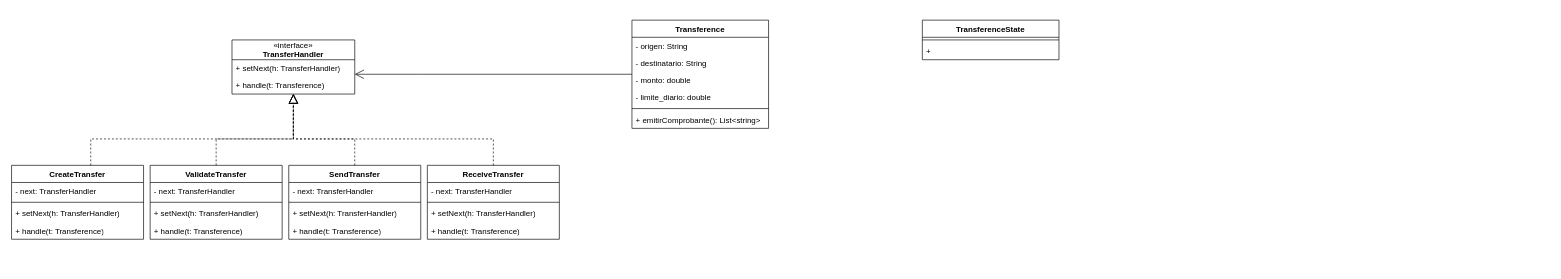
The draw.io diagram Practico Parcial 1/Ejercicio 5 Practico.drawio in JorgeMartinezSanchez/Diseno_de_software, before the edit. Source tidied: cells renumbered, new cells numbered last; positions are measured from the earlier drawing's top-left corner, leaving out a move shared by most shapes. Both pictures are drawn from the tidied source at 66%, with x=0, y=0 at pixel (11, 20).
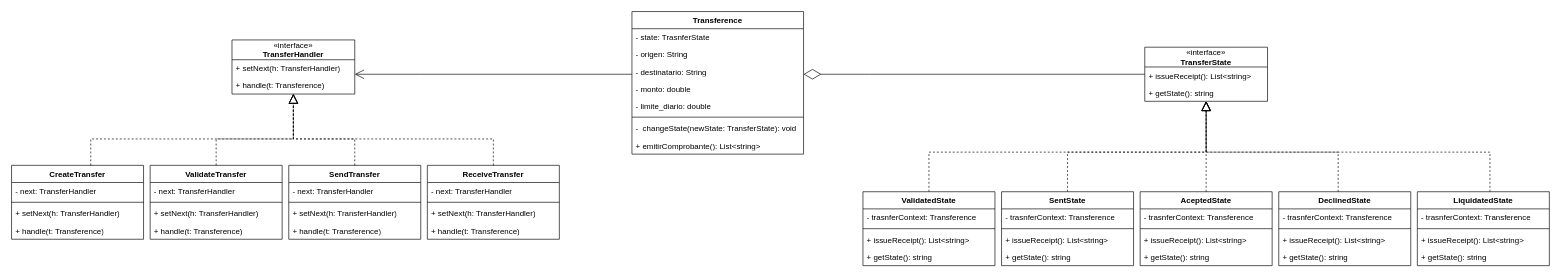
Above is the later version.

What changed in the source:
```diff
@@
     <mxCell id="11" value="Transference" style="swimlane;fontStyle=1;align=center;verticalAlign=top;horizontal=1;startSize=26;whiteSpace=wrap;html=1;" parent="1" vertex="1">
-      <mxGeometry x="940" width="207" height="164" as="geometry" />
+      <mxGeometry x="940" y="-13" width="260" height="216" as="geometry" />
     </mxCell>
+    <mxCell id="40" value="- state: TrasnferState" style="text;strokeColor=none;fillColor=none;align=left;verticalAlign=top;spacingLeft=4;spacingRight=4;overflow=hidden;whiteSpace=wrap;html=1;" parent="11" vertex="1">
+      <mxGeometry y="26" width="260" height="26" as="geometry" />
+    </mxCell>
     <mxCell id="12" value="- origen: String" style="text;strokeColor=none;fillColor=none;align=left;verticalAlign=top;spacingLeft=4;spacingRight=4;overflow=hidden;whiteSpace=wrap;html=1;" parent="11" vertex="1">
-      <mxGeometry y="26" width="207" height="26" as="geometry" />
+      <mxGeometry y="52" width="260" height="26" as="geometry" />
     </mxCell>
     <mxCell id="13" value="- destinatario: String" style="text;strokeColor=none;fillColor=none;align=left;verticalAlign=top;spacingLeft=4;spacingRight=4;overflow=hidden;whiteSpace=wrap;html=1;" parent="11" vertex="1">
-      <mxGeometry y="52" width="207" height="26" as="geometry" />
+      <mxGeometry y="78" width="260" height="26" as="geometry" />
     </mxCell>
     <mxCell id="14" value="- monto: double" style="text;strokeColor=none;fillColor=none;align=left;verticalAlign=top;spacingLeft=4;spacingRight=4;overflow=hidden;whiteSpace=wrap;html=1;" parent="11" vertex="1">
-      <mxGeometry y="78" width="207" height="26" as="geometry" />
+      <mxGeometry y="104" width="260" height="26" as="geometry" />
     </mxCell>
     <mxCell id="15" value="- limite_diario: double" style="text;strokeColor=none;fillColor=none;align=left;verticalAlign=top;spacingLeft=4;spacingRight=4;overflow=hidden;whiteSpace=wrap;html=1;" parent="11" vertex="1">
-      <mxGeometry y="104" width="207" height="26" as="geometry" />
+      <mxGeometry y="130" width="260" height="26" as="geometry" />
     </mxCell>
     <mxCell id="16" style="line;strokeWidth=1;fillColor=none;align=left;verticalAlign=middle;spacingTop=-1;spacingLeft=3;spacingRight=3;labelPosition=right;strokeColor=inherit;" parent="11" vertex="1">
-      <mxGeometry y="130" width="207" height="8" as="geometry" />
+      <mxGeometry y="156" width="260" height="8" as="geometry" />
     </mxCell>
-    <mxCell id="17" value="+ emitirComprobante(): List&amp;lt;string&amp;gt;" style="text;strokeColor=none;fillColor=none;align=left;verticalAlign=top;spacingLeft=4;spacingRight=4;overflow=hidden;whiteSpace=wrap;html=1;" parent="11" vertex="1">
-      <mxGeometry y="138" width="207" height="26" as="geometry" />
+    <mxCell id="17" value="-&amp;nbsp; changeState(newState: TransferState): void" style="text;strokeColor=none;fillColor=none;align=left;verticalAlign=top;spacingLeft=4;spacingRight=4;overflow=hidden;whiteSpace=wrap;html=1;" parent="11" vertex="1">
+      <mxGeometry y="164" width="260" height="26" as="geometry" />
     </mxCell>
+    <mxCell id="41" value="+ emitirComprobante(): List&amp;lt;string&amp;gt;" style="text;strokeColor=none;fillColor=none;align=left;verticalAlign=top;spacingLeft=4;spacingRight=4;overflow=hidden;whiteSpace=wrap;html=1;" parent="11" vertex="1">
+      <mxGeometry y="190" width="260" height="26" as="geometry" />
+    </mxCell>
@@
-    <mxCell id="37" value="TransferenceState" style="swimlane;fontStyle=1;align=center;verticalAlign=top;horizontal=1;startSize=26;whiteSpace=wrap;html=1;" parent="1" vertex="1">
-      <mxGeometry x="1380" width="207" height="60" as="geometry" />
-    </mxCell>
-    <mxCell id="38" style="line;strokeWidth=1;fillColor=none;align=left;verticalAlign=middle;spacingTop=-1;spacingLeft=3;spacingRight=3;labelPosition=right;strokeColor=inherit;" parent="37" vertex="1">
-      <mxGeometry y="26" width="207" height="8" as="geometry" />
-    </mxCell>
-    <mxCell id="39" value="+&amp;nbsp;" style="text;strokeColor=none;fillColor=none;align=left;verticalAlign=top;spacingLeft=4;spacingRight=4;overflow=hidden;whiteSpace=wrap;html=1;" parent="37" vertex="1">
-      <mxGeometry y="34" width="207" height="26" as="geometry" />
-    </mxCell>
+    <mxCell id="42" value="«interface»&lt;br&gt;&lt;b&gt;TransferState&lt;/b&gt;" style="swimlane;fontStyle=0;horizontal=1;startSize=30;fillColor=none;whiteSpace=wrap;html=1;" parent="1" vertex="1">
+      <mxGeometry x="1717" y="41" width="186" height="82" as="geometry" />
+    </mxCell>
+    <mxCell id="43" value="+ issueReceipt(): List&amp;lt;string&amp;gt;" style="text;strokeColor=none;fillColor=none;align=left;verticalAlign=top;spacingLeft=4;spacingRight=4;overflow=hidden;whiteSpace=wrap;html=1;" parent="42" vertex="1">
+      <mxGeometry y="30" width="186" height="26" as="geometry" />
+    </mxCell>
+    <mxCell id="44" value="+ getState(): string" style="text;strokeColor=none;fillColor=none;align=left;verticalAlign=top;spacingLeft=4;spacingRight=4;overflow=hidden;whiteSpace=wrap;html=1;" parent="42" vertex="1">
+      <mxGeometry y="56" width="186" height="26" as="geometry" />
+    </mxCell>
+    <mxCell id="45" value="ValidatedState" style="swimlane;fontStyle=1;align=center;verticalAlign=top;horizontal=1;startSize=26;whiteSpace=wrap;html=1;" parent="1" vertex="1">
+      <mxGeometry x="1290" y="260" width="200" height="112" as="geometry" />
+    </mxCell>
+    <mxCell id="46" value="- trasnferContext: Transference" style="text;strokeColor=none;fillColor=none;align=left;verticalAlign=top;spacingLeft=4;spacingRight=4;overflow=hidden;whiteSpace=wrap;html=1;" parent="45" vertex="1">
+      <mxGeometry y="26" width="200" height="26" as="geometry" />
+    </mxCell>
+    <mxCell id="47" style="line;strokeWidth=1;fillColor=none;align=left;verticalAlign=middle;spacingTop=-1;spacingLeft=3;spacingRight=3;labelPosition=right;strokeColor=inherit;" parent="45" vertex="1">
+      <mxGeometry y="52" width="200" height="8" as="geometry" />
+    </mxCell>
+    <mxCell id="48" value="+ issueReceipt(): List&amp;lt;string&amp;gt;" style="text;strokeColor=none;fillColor=none;align=left;verticalAlign=top;spacingLeft=4;spacingRight=4;overflow=hidden;whiteSpace=wrap;html=1;" parent="45" vertex="1">
+      <mxGeometry y="60" width="200" height="26" as="geometry" />
+    </mxCell>
+    <mxCell id="49" value="+ getState(): string" style="text;strokeColor=none;fillColor=none;align=left;verticalAlign=top;spacingLeft=4;spacingRight=4;overflow=hidden;whiteSpace=wrap;html=1;" parent="45" vertex="1">
+      <mxGeometry y="86" width="200" height="26" as="geometry" />
+    </mxCell>
+    <mxCell id="50" style="endArrow=diamondThin;endFill=0;endSize=24;html=1;rounded=0;edgeStyle=orthogonalEdgeStyle;" parent="1" edge="1" source="42" target="11">
+      <mxGeometry relative="1" as="geometry">
+        <Array as="points">
+          <mxPoint x="1300" y="82" />
+          <mxPoint x="1300" y="82" />
+        </Array>
+      </mxGeometry>
+    </mxCell>
+    <mxCell id="51" value="SentState" style="swimlane;fontStyle=1;align=center;verticalAlign=top;horizontal=1;startSize=26;whiteSpace=wrap;html=1;" parent="1" vertex="1">
+      <mxGeometry x="1500" y="260" width="200" height="112" as="geometry" />
+    </mxCell>
+    <mxCell id="52" value="- trasnferContext: Transference" style="text;strokeColor=none;fillColor=none;align=left;verticalAlign=top;spacingLeft=4;spacingRight=4;overflow=hidden;whiteSpace=wrap;html=1;" parent="51" vertex="1">
+      <mxGeometry y="26" width="200" height="26" as="geometry" />
+    </mxCell>
+    <mxCell id="53" style="line;strokeWidth=1;fillColor=none;align=left;verticalAlign=middle;spacingTop=-1;spacingLeft=3;spacingRight=3;labelPosition=right;strokeColor=inherit;" parent="51" vertex="1">
+      <mxGeometry y="52" width="200" height="8" as="geometry" />
+    </mxCell>
+    <mxCell id="54" value="+ issueReceipt(): List&amp;lt;string&amp;gt;" style="text;strokeColor=none;fillColor=none;align=left;verticalAlign=top;spacingLeft=4;spacingRight=4;overflow=hidden;whiteSpace=wrap;html=1;" parent="51" vertex="1">
+      <mxGeometry y="60" width="200" height="26" as="geometry" />
+    </mxCell>
+    <mxCell id="55" value="+ getState(): string" style="text;strokeColor=none;fillColor=none;align=left;verticalAlign=top;spacingLeft=4;spacingRight=4;overflow=hidden;whiteSpace=wrap;html=1;" parent="51" vertex="1">
+      <mxGeometry y="86" width="200" height="26" as="geometry" />
+    </mxCell>
+    <mxCell id="56" value="AceptedState" style="swimlane;fontStyle=1;align=center;verticalAlign=top;horizontal=1;startSize=26;whiteSpace=wrap;html=1;" parent="1" vertex="1">
+      <mxGeometry x="1710" y="260" width="200" height="112" as="geometry" />
+    </mxCell>
+    <mxCell id="57" value="- trasnferContext: Transference" style="text;strokeColor=none;fillColor=none;align=left;verticalAlign=top;spacingLeft=4;spacingRight=4;overflow=hidden;whiteSpace=wrap;html=1;" parent="56" vertex="1">
+      <mxGeometry y="26" width="200" height="26" as="geometry" />
+    </mxCell>
+    <mxCell id="58" style="line;strokeWidth=1;fillColor=none;align=left;verticalAlign=middle;spacingTop=-1;spacingLeft=3;spacingRight=3;labelPosition=right;strokeColor=inherit;" parent="56" vertex="1">
+      <mxGeometry y="52" width="200" height="8" as="geometry" />
+    </mxCell>
+    <mxCell id="59" value="+ issueReceipt(): List&amp;lt;string&amp;gt;" style="text;strokeColor=none;fillColor=none;align=left;verticalAlign=top;spacingLeft=4;spacingRight=4;overflow=hidden;whiteSpace=wrap;html=1;" parent="56" vertex="1">
+      <mxGeometry y="60" width="200" height="26" as="geometry" />
+    </mxCell>
+    <mxCell id="60" value="+ getState(): string" style="text;strokeColor=none;fillColor=none;align=left;verticalAlign=top;spacingLeft=4;spacingRight=4;overflow=hidden;whiteSpace=wrap;html=1;" parent="56" vertex="1">
+      <mxGeometry y="86" width="200" height="26" as="geometry" />
+    </mxCell>
+    <mxCell id="61" value="DeclinedState" style="swimlane;fontStyle=1;align=center;verticalAlign=top;horizontal=1;startSize=26;whiteSpace=wrap;html=1;" parent="1" vertex="1">
+      <mxGeometry x="1920" y="260" width="200" height="112" as="geometry" />
+    </mxCell>
+    <mxCell id="62" value="- trasnferContext: Transference" style="text;strokeColor=none;fillColor=none;align=left;verticalAlign=top;spacingLeft=4;spacingRight=4;overflow=hidden;whiteSpace=wrap;html=1;" parent="61" vertex="1">
+      <mxGeometry y="26" width="200" height="26" as="geometry" />
+    </mxCell>
+    <mxCell id="63" style="line;strokeWidth=1;fillColor=none;align=left;verticalAlign=middle;spacingTop=-1;spacingLeft=3;spacingRight=3;labelPosition=right;strokeColor=inherit;" parent="61" vertex="1">
+      <mxGeometry y="52" width="200" height="8" as="geometry" />
+    </mxCell>
+    <mxCell id="64" value="+ issueReceipt(): List&amp;lt;string&amp;gt;" style="text;strokeColor=none;fillColor=none;align=left;verticalAlign=top;spacingLeft=4;spacingRight=4;overflow=hidden;whiteSpace=wrap;html=1;" parent="61" vertex="1">
+      <mxGeometry y="60" width="200" height="26" as="geometry" />
+    </mxCell>
+    <mxCell id="65" value="+ getState(): string" style="text;strokeColor=none;fillColor=none;align=left;verticalAlign=top;spacingLeft=4;spacingRight=4;overflow=hidden;whiteSpace=wrap;html=1;" parent="61" vertex="1">
+      <mxGeometry y="86" width="200" height="26" as="geometry" />
+    </mxCell>
+    <mxCell id="66" value="LiquidatedState" style="swimlane;fontStyle=1;align=center;verticalAlign=top;horizontal=1;startSize=26;whiteSpace=wrap;html=1;" parent="1" vertex="1">
+      <mxGeometry x="2130" y="260" width="200" height="112" as="geometry" />
+    </mxCell>
+    <mxCell id="67" value="- trasnferContext: Transference" style="text;strokeColor=none;fillColor=none;align=left;verticalAlign=top;spacingLeft=4;spacingRight=4;overflow=hidden;whiteSpace=wrap;html=1;" parent="66" vertex="1">
+      <mxGeometry y="26" width="200" height="26" as="geometry" />
+    </mxCell>
+    <mxCell id="68" style="line;strokeWidth=1;fillColor=none;align=left;verticalAlign=middle;spacingTop=-1;spacingLeft=3;spacingRight=3;labelPosition=right;strokeColor=inherit;" parent="66" vertex="1">
+      <mxGeometry y="52" width="200" height="8" as="geometry" />
+    </mxCell>
+    <mxCell id="69" value="+ issueReceipt(): List&amp;lt;string&amp;gt;" style="text;strokeColor=none;fillColor=none;align=left;verticalAlign=top;spacingLeft=4;spacingRight=4;overflow=hidden;whiteSpace=wrap;html=1;" parent="66" vertex="1">
+      <mxGeometry y="60" width="200" height="26" as="geometry" />
+    </mxCell>
+    <mxCell id="70" value="+ getState(): string" style="text;strokeColor=none;fillColor=none;align=left;verticalAlign=top;spacingLeft=4;spacingRight=4;overflow=hidden;whiteSpace=wrap;html=1;" parent="66" vertex="1">
+      <mxGeometry y="86" width="200" height="26" as="geometry" />
+    </mxCell>
+    <mxCell id="71" style="endArrow=block;dashed=1;endFill=0;endSize=12;html=1;rounded=0;edgeStyle=orthogonalEdgeStyle;" parent="1" edge="1" source="45" target="42">
+      <mxGeometry relative="1" as="geometry">
+        <Array as="points">
+          <mxPoint x="1390" y="200" />
+          <mxPoint x="1810" y="200" />
+        </Array>
+      </mxGeometry>
+    </mxCell>
+    <mxCell id="72" style="endArrow=block;dashed=1;endFill=0;endSize=12;html=1;rounded=0;edgeStyle=orthogonalEdgeStyle;" parent="1" edge="1" source="51" target="42">
+      <mxGeometry relative="1" as="geometry">
+        <Array as="points">
+          <mxPoint x="1600" y="200" />
+          <mxPoint x="1810" y="200" />
+        </Array>
+      </mxGeometry>
+    </mxCell>
+    <mxCell id="73" style="endArrow=block;dashed=1;endFill=0;endSize=12;html=1;rounded=0;edgeStyle=orthogonalEdgeStyle;" parent="1" edge="1" source="56" target="42">
+      <mxGeometry relative="1" as="geometry">
+        <Array as="points">
+          <mxPoint x="1810" y="280" />
+          <mxPoint x="1810" y="280" />
+        </Array>
+      </mxGeometry>
+    </mxCell>
+    <mxCell id="74" style="endArrow=block;dashed=1;endFill=0;endSize=12;html=1;rounded=0;edgeStyle=orthogonalEdgeStyle;" parent="1" edge="1" source="61" target="42">
+      <mxGeometry relative="1" as="geometry">
+        <Array as="points">
+          <mxPoint x="2010" y="200" />
+          <mxPoint x="1810" y="200" />
+        </Array>
+      </mxGeometry>
+    </mxCell>
+    <mxCell id="75" style="endArrow=block;dashed=1;endFill=0;endSize=12;html=1;rounded=0;edgeStyle=orthogonalEdgeStyle;" parent="1" edge="1" source="66" target="42">
+      <mxGeometry relative="1" as="geometry">
+        <Array as="points">
+          <mxPoint x="2240" y="200" />
+          <mxPoint x="1810" y="200" />
+        </Array>
+      </mxGeometry>
+    </mxCell>
```
